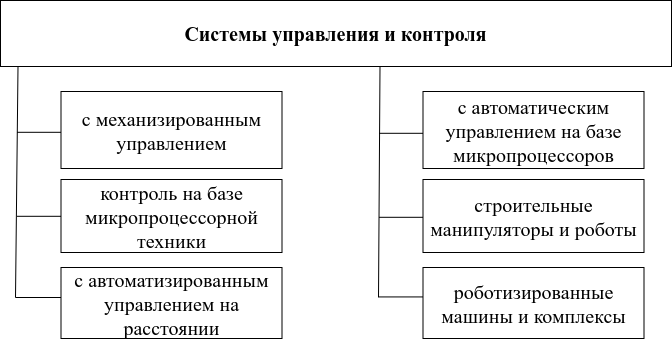
Earlier version of the draw.io export Dissertation/images/drawio/control.drawio.png (dreddsa5dies/phd). Source tidied: cells renumbered, new cells last; positions are measured from the earlier drawing's top-left corner, leaving out a move shared by most shapes.
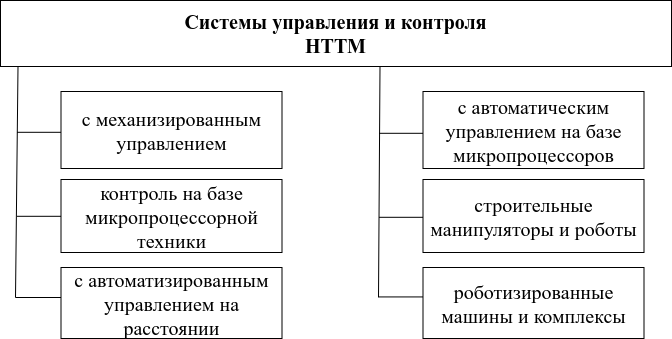
Later version of the same file.

Diff of the diagram source:
```diff
@@ -2,7 +2,7 @@
   <root>
     <mxCell id="0" />
     <mxCell id="1" parent="0" />
-    <mxCell id="2" value="Системы управления&amp;nbsp;и контроля" style="rounded=0;whiteSpace=wrap;html=1;fontSize=20;fontStyle=1;fontFamily=Times New Roman;" parent="1" vertex="1">
+    <mxCell id="2" value="Системы управления&amp;nbsp;и контроля&lt;div&gt;НТТМ&lt;/div&gt;" style="rounded=0;whiteSpace=wrap;html=1;fontSize=20;fontStyle=1;fontFamily=Times New Roman;" parent="1" vertex="1">
       <mxGeometry width="671" height="66" as="geometry" />
     </mxCell>
     <mxCell id="3" value="с автоматическим управлением на базе микропроцессоров" style="rounded=0;whiteSpace=wrap;html=1;fontSize=20;fontFamily=Times New Roman;" parent="1" vertex="1">
```
